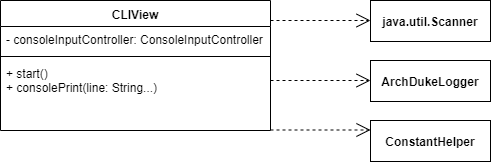
Above: docs/images/classDiagram/ViewLayer_ClassDiagram.png in nusCS2113-AY1920S1/PersonalAssistant-Duke (draw.io), before the change. Source tidied: cells renumbered, new cells last; positions are measured from the earlier drawing's top-left corner, leaving out a move shared by most shapes.
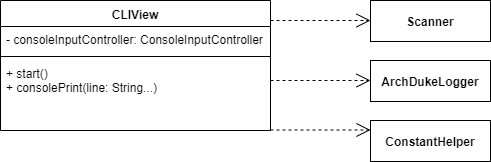
The same file after the commit.

Commit message:
[Docs] Updated ViewLayer class diagram

Change to the diagram source:
```diff
@@ -14,7 +14,7 @@
     <mxCell id="5" value="+ start()&#10;+ consolePrint(line: String...) " style="text;strokeColor=none;fillColor=none;align=left;verticalAlign=top;spacingLeft=4;spacingRight=4;overflow=hidden;" parent="2" vertex="1">
       <mxGeometry y="60" width="270" height="70" as="geometry" />
     </mxCell>
-    <mxCell id="6" value="&lt;b&gt;java.util.Scanner&lt;/b&gt;" style="rounded=0;whiteSpace=wrap;html=1;" parent="1" vertex="1">
+    <mxCell id="6" value="&lt;b&gt;Scanner&lt;/b&gt;" style="rounded=0;whiteSpace=wrap;html=1;" parent="1" vertex="1">
       <mxGeometry x="370" width="120" height="41" as="geometry" />
     </mxCell>
     <mxCell id="7" style="endArrow=open;endSize=12;dashed=1;html=1;" parent="1" edge="1">
```
